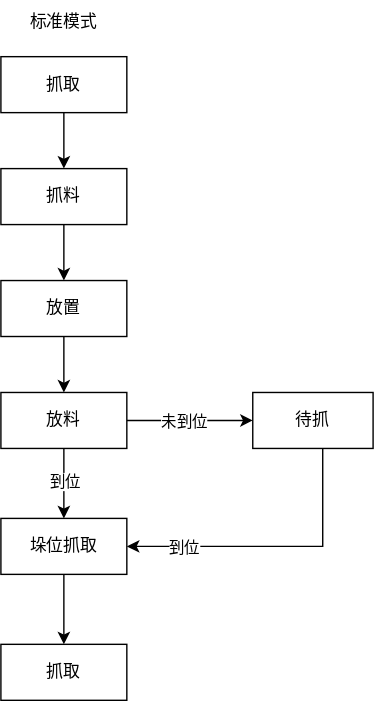
Earlier version of the draw.io export drawio/易码流程图.svg (Stolorzs/Picgo). Source tidied: cells renumbered, new cells last; positions are measured from the earlier drawing's top-left corner, leaving out a move shared by most shapes.
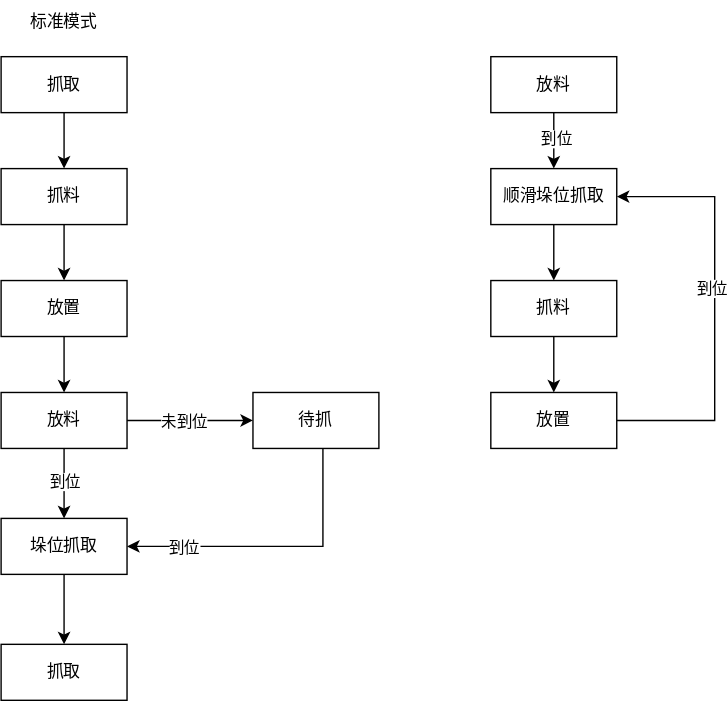
Later version of the same file.

Commit message:
更新易码流程图.svg

What changed in the source:
```diff
@@ -61,10 +61,45 @@
       </mxGeometry>
     </mxCell>
     <mxCell id="18" value="待抓" style="rounded=0;whiteSpace=wrap;html=1;" parent="1" vertex="1">
-      <mxGeometry x="180" y="280" width="86" height="40" as="geometry" />
+      <mxGeometry x="180" y="280" width="90" height="40" as="geometry" />
     </mxCell>
     <mxCell id="19" value="抓取" style="rounded=0;whiteSpace=wrap;html=1;" parent="1" vertex="1">
       <mxGeometry y="460" width="90" height="40" as="geometry" />
     </mxCell>
+    <mxCell id="20" style="edgeStyle=orthogonalEdgeStyle;rounded=0;jettySize=auto;html=1;" parent="1" edge="1" source="22" target="24">
+      <mxGeometry relative="1" as="geometry" />
+    </mxCell>
+    <mxCell id="21" value="到位" style="edgeLabel;html=1;align=center;verticalAlign=middle;" parent="20" vertex="1">
+      <mxGeometry x="-0.11" y="1" relative="1" as="geometry" />
+    </mxCell>
+    <mxCell id="22" value="放料" style="rounded=0;whiteSpace=wrap;html=1;" parent="1" vertex="1">
+      <mxGeometry x="350" y="40" width="90" height="40" as="geometry" />
+    </mxCell>
+    <mxCell id="23" style="edgeStyle=orthogonalEdgeStyle;rounded=0;jettySize=auto;html=1;" parent="1" edge="1" source="24" target="26">
+      <mxGeometry relative="1" as="geometry" />
+    </mxCell>
+    <mxCell id="24" value="顺滑垛位抓取" style="rounded=0;whiteSpace=wrap;html=1;" parent="1" vertex="1">
+      <mxGeometry x="350" y="120" width="90" height="40" as="geometry" />
+    </mxCell>
+    <mxCell id="25" style="edgeStyle=orthogonalEdgeStyle;rounded=0;jettySize=auto;html=1;" parent="1" edge="1" source="26" target="29">
+      <mxGeometry relative="1" as="geometry" />
+    </mxCell>
+    <mxCell id="26" value="抓料" style="rounded=0;whiteSpace=wrap;html=1;" parent="1" vertex="1">
+      <mxGeometry x="350" y="200" width="90" height="40" as="geometry" />
+    </mxCell>
+    <mxCell id="27" style="edgeStyle=orthogonalEdgeStyle;rounded=0;jettySize=auto;html=1;entryX=1;entryY=0.5;entryDx=0;entryDy=0;" parent="1" edge="1" source="29" target="24">
+      <mxGeometry relative="1" as="geometry">
+        <Array as="points">
+          <mxPoint x="510" y="300" />
+          <mxPoint x="510" y="140" />
+        </Array>
+      </mxGeometry>
+    </mxCell>
+    <mxCell id="28" value="到位" style="edgeLabel;html=1;align=center;verticalAlign=middle;" parent="27" vertex="1">
+      <mxGeometry x="0.1" y="3" relative="1" as="geometry" />
+    </mxCell>
+    <mxCell id="29" value="放置" style="rounded=0;whiteSpace=wrap;html=1;" parent="1" vertex="1">
+      <mxGeometry x="350" y="280" width="90" height="40" as="geometry" />
+    </mxCell>
   </root>
 </mxGraphModel>
```
